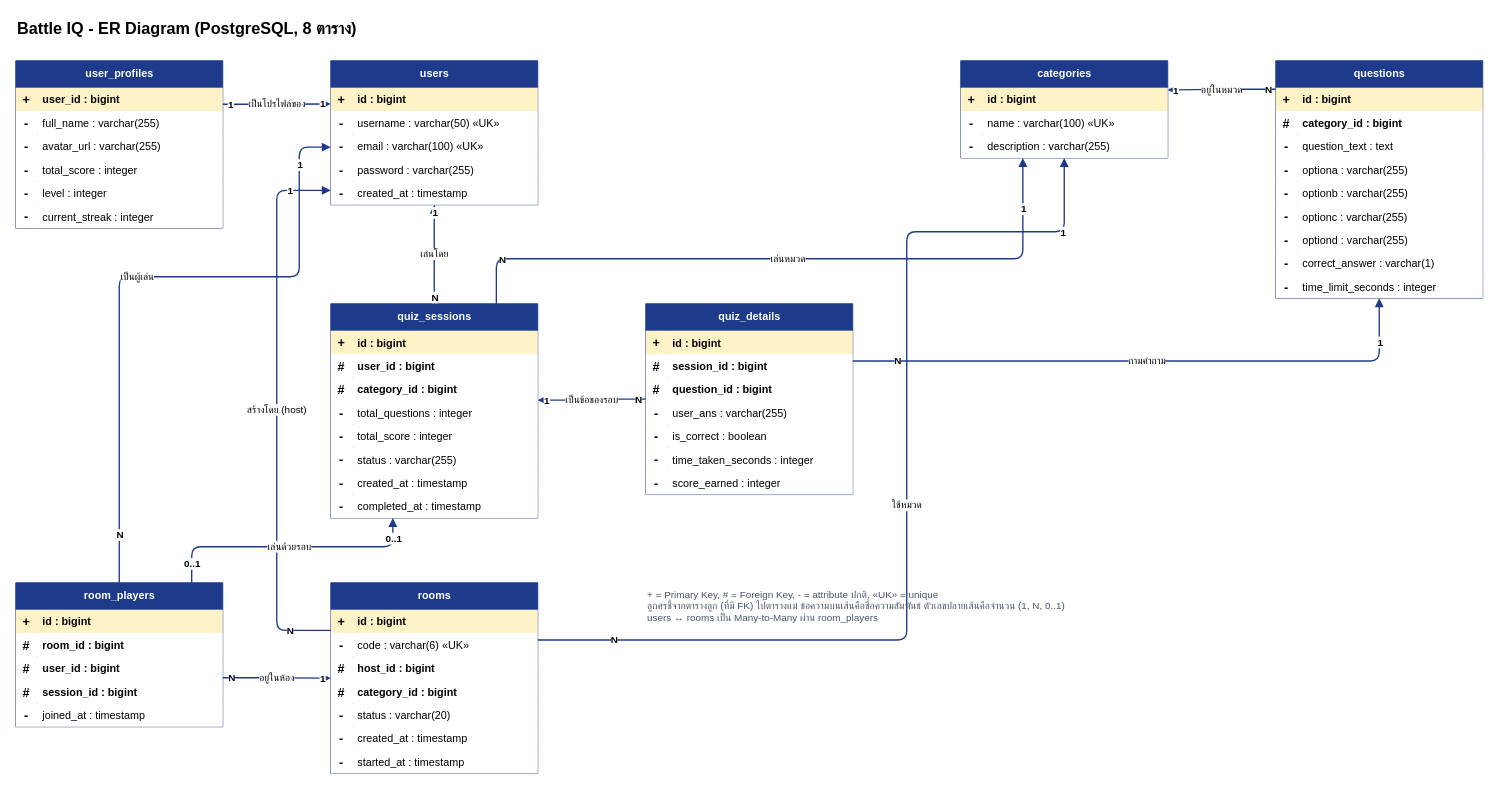
The draw.io diagram doc/diagrams/er-diagram.drawio in rattaphumk-tech/Battle-IQ, before the edit. Source tidied: cells renumbered, new cells numbered last; positions are measured from the earlier drawing's top-left corner, leaving out a move shared by most shapes. Both pictures are drawn from the tidied source at 90%, with x=0, y=0 at pixel (15, 15).
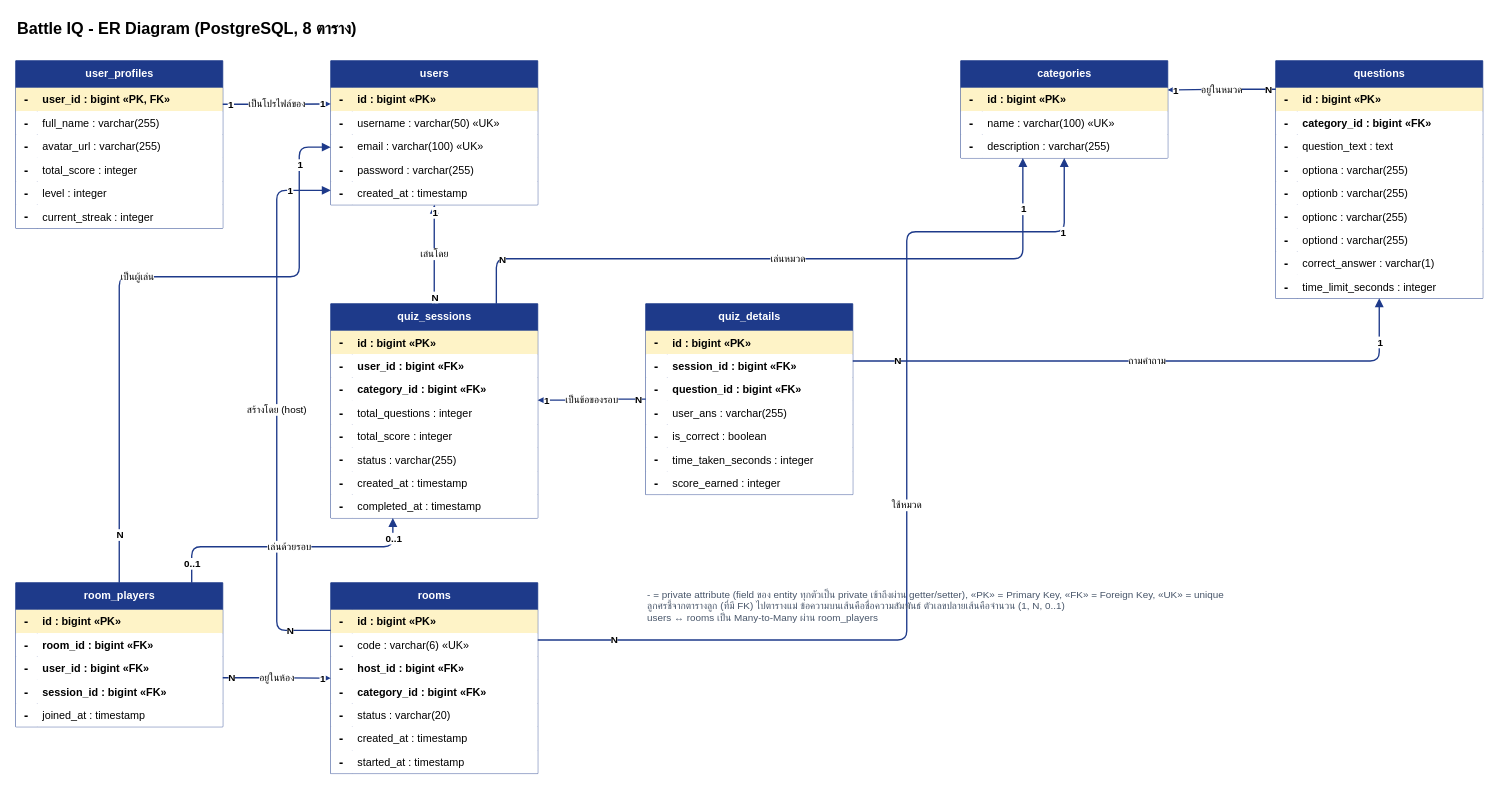
The same diagram, later.

Commit message (it also covers changes not shown here):
docs: use visibility notation in draw.io ER diagram

The change refers to these unchanged cells:
```xml
<mxCell id="3" style="shape=tableRow;horizontal=0;startSize=0;swimlaneHead=0;swimlaneBody=0;fillColor=#fef3c7;top=0;left=0;right=0;bottom=0;fontColor=#1f2937;" parent="2" vertex="1">
  <mxGeometry y="30" width="230" height="26" as="geometry" />
</mxCell>
<mxCell id="22" style="shape=tableRow;horizontal=0;startSize=0;swimlaneHead=0;swimlaneBody=0;fillColor=#fef3c7;top=0;left=0;right=0;bottom=0;fontColor=#1f2937;" parent="21" vertex="1">
  <mxGeometry y="30" width="230" height="26" as="geometry" />
</mxCell>
<mxCell id="38" style="shape=tableRow;horizontal=0;startSize=0;swimlaneHead=0;swimlaneBody=0;fillColor=#fef3c7;top=0;left=0;right=0;bottom=0;fontColor=#1f2937;" parent="37" vertex="1">
  <mxGeometry y="30" width="230" height="26" as="geometry" />
</mxCell>
<mxCell id="48" style="shape=tableRow;horizontal=0;startSize=0;swimlaneHead=0;swimlaneBody=0;fillColor=#fef3c7;top=0;left=0;right=0;bottom=0;fontColor=#1f2937;" parent="47" vertex="1">
  <mxGeometry y="30" width="230" height="26" as="geometry" />
</mxCell>
<mxCell id="51" style="shape=tableRow;horizontal=0;startSize=0;swimlaneHead=0;swimlaneBody=0;fillColor=#ffffff;top=0;left=0;right=0;bottom=0;fontColor=#1f2937;" parent="47" vertex="1">
  <mxGeometry y="56" width="230" height="26" as="geometry" />
</mxCell>
<mxCell id="76" style="shape=tableRow;horizontal=0;startSize=0;swimlaneHead=0;swimlaneBody=0;fillColor=#fef3c7;top=0;left=0;right=0;bottom=0;fontColor=#1f2937;" parent="75" vertex="1">
  <mxGeometry y="30" width="230" height="26" as="geometry" />
</mxCell>
<mxCell id="79" style="shape=tableRow;horizontal=0;startSize=0;swimlaneHead=0;swimlaneBody=0;fillColor=#ffffff;top=0;left=0;right=0;bottom=0;fontColor=#1f2937;" parent="75" vertex="1">
  <mxGeometry y="56" width="230" height="26" as="geometry" />
</mxCell>
<mxCell id="82" style="shape=tableRow;horizontal=0;startSize=0;swimlaneHead=0;swimlaneBody=0;fillColor=#ffffff;top=0;left=0;right=0;bottom=0;fontColor=#1f2937;" parent="75" vertex="1">
  <mxGeometry y="82" width="230" height="26" as="geometry" />
</mxCell>
<mxCell id="101" style="shape=tableRow;horizontal=0;startSize=0;swimlaneHead=0;swimlaneBody=0;fillColor=#fef3c7;top=0;left=0;right=0;bottom=0;fontColor=#1f2937;" parent="100" vertex="1">
  <mxGeometry y="30" width="230" height="26" as="geometry" />
</mxCell>
<mxCell id="104" style="shape=tableRow;horizontal=0;startSize=0;swimlaneHead=0;swimlaneBody=0;fillColor=#ffffff;top=0;left=0;right=0;bottom=0;fontColor=#1f2937;" parent="100" vertex="1">
  <mxGeometry y="56" width="230" height="26" as="geometry" />
</mxCell>
<mxCell id="107" style="shape=tableRow;horizontal=0;startSize=0;swimlaneHead=0;swimlaneBody=0;fillColor=#ffffff;top=0;left=0;right=0;bottom=0;fontColor=#1f2937;" parent="100" vertex="1">
  <mxGeometry y="82" width="230" height="26" as="geometry" />
</mxCell>
<mxCell id="123" style="shape=tableRow;horizontal=0;startSize=0;swimlaneHead=0;swimlaneBody=0;fillColor=#fef3c7;top=0;left=0;right=0;bottom=0;fontColor=#1f2937;" parent="122" vertex="1">
  <mxGeometry y="30" width="230" height="26" as="geometry" />
</mxCell>
<mxCell id="126" style="shape=tableRow;horizontal=0;startSize=0;swimlaneHead=0;swimlaneBody=0;fillColor=#ffffff;top=0;left=0;right=0;bottom=0;fontColor=#1f2937;" parent="122" vertex="1">
  <mxGeometry y="56" width="230" height="26" as="geometry" />
</mxCell>
<mxCell id="129" style="shape=tableRow;horizontal=0;startSize=0;swimlaneHead=0;swimlaneBody=0;fillColor=#ffffff;top=0;left=0;right=0;bottom=0;fontColor=#1f2937;" parent="122" vertex="1">
  <mxGeometry y="82" width="230" height="26" as="geometry" />
</mxCell>
<mxCell id="132" style="shape=tableRow;horizontal=0;startSize=0;swimlaneHead=0;swimlaneBody=0;fillColor=#ffffff;top=0;left=0;right=0;bottom=0;fontColor=#1f2937;" parent="122" vertex="1">
  <mxGeometry y="108" width="230" height="26" as="geometry" />
</mxCell>
<mxCell id="139" style="shape=tableRow;horizontal=0;startSize=0;swimlaneHead=0;swimlaneBody=0;fillColor=#fef3c7;top=0;left=0;right=0;bottom=0;fontColor=#1f2937;" parent="138" vertex="1">
  <mxGeometry y="30" width="230" height="26" as="geometry" />
</mxCell>
<mxCell id="145" style="shape=tableRow;horizontal=0;startSize=0;swimlaneHead=0;swimlaneBody=0;fillColor=#ffffff;top=0;left=0;right=0;bottom=0;fontColor=#1f2937;" parent="138" vertex="1">
  <mxGeometry y="82" width="230" height="26" as="geometry" />
</mxCell>
<mxCell id="148" style="shape=tableRow;horizontal=0;startSize=0;swimlaneHead=0;swimlaneBody=0;fillColor=#ffffff;top=0;left=0;right=0;bottom=0;fontColor=#1f2937;" parent="138" vertex="1">
  <mxGeometry y="108" width="230" height="26" as="geometry" />
</mxCell>
```

What changed in the source:
```diff
@@
-    <mxCell id="4" value="+" style="shape=partialRectangle;overflow=hidden;fillColor=none;top=0;left=0;bottom=0;right=0;fontStyle=1;fontSize=14;align=center;" parent="3" vertex="1">
+    <mxCell id="4" value="-" style="shape=partialRectangle;overflow=hidden;fillColor=none;top=0;left=0;bottom=0;right=0;fontStyle=1;fontSize=14;align=center;" parent="3" vertex="1">
       <mxGeometry width="24" height="26" as="geometry" />
     </mxCell>
-    <mxCell id="5" value="user_id : bigint" style="shape=partialRectangle;overflow=hidden;fillColor=none;top=0;left=0;bottom=0;right=0;align=left;spacingLeft=4;fontStyle=1;" parent="3" vertex="1">
+    <mxCell id="5" value="user_id : bigint «PK, FK»" style="shape=partialRectangle;overflow=hidden;fillColor=none;top=0;left=0;bottom=0;right=0;align=left;spacingLeft=4;fontStyle=1;" parent="3" vertex="1">
       <mxGeometry x="24" width="206" height="26" as="geometry" />
     </mxCell>
@@
-    <mxCell id="23" value="+" style="shape=partialRectangle;overflow=hidden;fillColor=none;top=0;left=0;bottom=0;right=0;fontStyle=1;fontSize=14;align=center;" parent="22" vertex="1">
+    <mxCell id="23" value="-" style="shape=partialRectangle;overflow=hidden;fillColor=none;top=0;left=0;bottom=0;right=0;fontStyle=1;fontSize=14;align=center;" parent="22" vertex="1">
       <mxGeometry width="24" height="26" as="geometry" />
     </mxCell>
-    <mxCell id="24" value="id : bigint" style="shape=partialRectangle;overflow=hidden;fillColor=none;top=0;left=0;bottom=0;right=0;align=left;spacingLeft=4;fontStyle=1;" parent="22" vertex="1">
+    <mxCell id="24" value="id : bigint «PK»" style="shape=partialRectangle;overflow=hidden;fillColor=none;top=0;left=0;bottom=0;right=0;align=left;spacingLeft=4;fontStyle=1;" parent="22" vertex="1">
       <mxGeometry x="24" width="206" height="26" as="geometry" />
     </mxCell>
@@
-    <mxCell id="39" value="+" style="shape=partialRectangle;overflow=hidden;fillColor=none;top=0;left=0;bottom=0;right=0;fontStyle=1;fontSize=14;align=center;" parent="38" vertex="1">
+    <mxCell id="39" value="-" style="shape=partialRectangle;overflow=hidden;fillColor=none;top=0;left=0;bottom=0;right=0;fontStyle=1;fontSize=14;align=center;" parent="38" vertex="1">
       <mxGeometry width="24" height="26" as="geometry" />
     </mxCell>
-    <mxCell id="40" value="id : bigint" style="shape=partialRectangle;overflow=hidden;fillColor=none;top=0;left=0;bottom=0;right=0;align=left;spacingLeft=4;fontStyle=1;" parent="38" vertex="1">
+    <mxCell id="40" value="id : bigint «PK»" style="shape=partialRectangle;overflow=hidden;fillColor=none;top=0;left=0;bottom=0;right=0;align=left;spacingLeft=4;fontStyle=1;" parent="38" vertex="1">
       <mxGeometry x="24" width="206" height="26" as="geometry" />
     </mxCell>
@@
-    <mxCell id="49" value="+" style="shape=partialRectangle;overflow=hidden;fillColor=none;top=0;left=0;bottom=0;right=0;fontStyle=1;fontSize=14;align=center;" parent="48" vertex="1">
+    <mxCell id="49" value="-" style="shape=partialRectangle;overflow=hidden;fillColor=none;top=0;left=0;bottom=0;right=0;fontStyle=1;fontSize=14;align=center;" parent="48" vertex="1">
       <mxGeometry width="24" height="26" as="geometry" />
     </mxCell>
-    <mxCell id="50" value="id : bigint" style="shape=partialRectangle;overflow=hidden;fillColor=none;top=0;left=0;bottom=0;right=0;align=left;spacingLeft=4;fontStyle=1;" parent="48" vertex="1">
+    <mxCell id="50" value="id : bigint «PK»" style="shape=partialRectangle;overflow=hidden;fillColor=none;top=0;left=0;bottom=0;right=0;align=left;spacingLeft=4;fontStyle=1;" parent="48" vertex="1">
       <mxGeometry x="24" width="206" height="26" as="geometry" />
     </mxCell>
@@
-    <mxCell id="52" value="#" style="shape=partialRectangle;overflow=hidden;fillColor=none;top=0;left=0;bottom=0;right=0;fontStyle=1;fontSize=14;align=center;" parent="51" vertex="1">
+    <mxCell id="52" value="-" style="shape=partialRectangle;overflow=hidden;fillColor=none;top=0;left=0;bottom=0;right=0;fontStyle=1;fontSize=14;align=center;" parent="51" vertex="1">
       <mxGeometry width="24" height="26" as="geometry" />
     </mxCell>
-    <mxCell id="53" value="category_id : bigint" style="shape=partialRectangle;overflow=hidden;fillColor=none;top=0;left=0;bottom=0;right=0;align=left;spacingLeft=4;fontStyle=1;" parent="51" vertex="1">
+    <mxCell id="53" value="category_id : bigint «FK»" style="shape=partialRectangle;overflow=hidden;fillColor=none;top=0;left=0;bottom=0;right=0;align=left;spacingLeft=4;fontStyle=1;" parent="51" vertex="1">
       <mxGeometry x="24" width="206" height="26" as="geometry" />
     </mxCell>
@@
-    <mxCell id="77" value="+" style="shape=partialRectangle;overflow=hidden;fillColor=none;top=0;left=0;bottom=0;right=0;fontStyle=1;fontSize=14;align=center;" parent="76" vertex="1">
+    <mxCell id="77" value="-" style="shape=partialRectangle;overflow=hidden;fillColor=none;top=0;left=0;bottom=0;right=0;fontStyle=1;fontSize=14;align=center;" parent="76" vertex="1">
       <mxGeometry width="24" height="26" as="geometry" />
     </mxCell>
-    <mxCell id="78" value="id : bigint" style="shape=partialRectangle;overflow=hidden;fillColor=none;top=0;left=0;bottom=0;right=0;align=left;spacingLeft=4;fontStyle=1;" parent="76" vertex="1">
+    <mxCell id="78" value="id : bigint «PK»" style="shape=partialRectangle;overflow=hidden;fillColor=none;top=0;left=0;bottom=0;right=0;align=left;spacingLeft=4;fontStyle=1;" parent="76" vertex="1">
       <mxGeometry x="24" width="206" height="26" as="geometry" />
     </mxCell>
@@
-    <mxCell id="80" value="#" style="shape=partialRectangle;overflow=hidden;fillColor=none;top=0;left=0;bottom=0;right=0;fontStyle=1;fontSize=14;align=center;" parent="79" vertex="1">
+    <mxCell id="80" value="-" style="shape=partialRectangle;overflow=hidden;fillColor=none;top=0;left=0;bottom=0;right=0;fontStyle=1;fontSize=14;align=center;" parent="79" vertex="1">
       <mxGeometry width="24" height="26" as="geometry" />
     </mxCell>
-    <mxCell id="81" value="user_id : bigint" style="shape=partialRectangle;overflow=hidden;fillColor=none;top=0;left=0;bottom=0;right=0;align=left;spacingLeft=4;fontStyle=1;" parent="79" vertex="1">
+    <mxCell id="81" value="user_id : bigint «FK»" style="shape=partialRectangle;overflow=hidden;fillColor=none;top=0;left=0;bottom=0;right=0;align=left;spacingLeft=4;fontStyle=1;" parent="79" vertex="1">
       <mxGeometry x="24" width="206" height="26" as="geometry" />
     </mxCell>
@@
-    <mxCell id="83" value="#" style="shape=partialRectangle;overflow=hidden;fillColor=none;top=0;left=0;bottom=0;right=0;fontStyle=1;fontSize=14;align=center;" parent="82" vertex="1">
+    <mxCell id="83" value="-" style="shape=partialRectangle;overflow=hidden;fillColor=none;top=0;left=0;bottom=0;right=0;fontStyle=1;fontSize=14;align=center;" parent="82" vertex="1">
       <mxGeometry width="24" height="26" as="geometry" />
     </mxCell>
-    <mxCell id="84" value="category_id : bigint" style="shape=partialRectangle;overflow=hidden;fillColor=none;top=0;left=0;bottom=0;right=0;align=left;spacingLeft=4;fontStyle=1;" parent="82" vertex="1">
+    <mxCell id="84" value="category_id : bigint «FK»" style="shape=partialRectangle;overflow=hidden;fillColor=none;top=0;left=0;bottom=0;right=0;align=left;spacingLeft=4;fontStyle=1;" parent="82" vertex="1">
       <mxGeometry x="24" width="206" height="26" as="geometry" />
     </mxCell>
@@
-    <mxCell id="102" value="+" style="shape=partialRectangle;overflow=hidden;fillColor=none;top=0;left=0;bottom=0;right=0;fontStyle=1;fontSize=14;align=center;" parent="101" vertex="1">
+    <mxCell id="102" value="-" style="shape=partialRectangle;overflow=hidden;fillColor=none;top=0;left=0;bottom=0;right=0;fontStyle=1;fontSize=14;align=center;" parent="101" vertex="1">
       <mxGeometry width="24" height="26" as="geometry" />
     </mxCell>
-    <mxCell id="103" value="id : bigint" style="shape=partialRectangle;overflow=hidden;fillColor=none;top=0;left=0;bottom=0;right=0;align=left;spacingLeft=4;fontStyle=1;" parent="101" vertex="1">
+    <mxCell id="103" value="id : bigint «PK»" style="shape=partialRectangle;overflow=hidden;fillColor=none;top=0;left=0;bottom=0;right=0;align=left;spacingLeft=4;fontStyle=1;" parent="101" vertex="1">
       <mxGeometry x="24" width="206" height="26" as="geometry" />
     </mxCell>
@@
-    <mxCell id="105" value="#" style="shape=partialRectangle;overflow=hidden;fillColor=none;top=0;left=0;bottom=0;right=0;fontStyle=1;fontSize=14;align=center;" parent="104" vertex="1">
+    <mxCell id="105" value="-" style="shape=partialRectangle;overflow=hidden;fillColor=none;top=0;left=0;bottom=0;right=0;fontStyle=1;fontSize=14;align=center;" parent="104" vertex="1">
       <mxGeometry width="24" height="26" as="geometry" />
     </mxCell>
-    <mxCell id="106" value="session_id : bigint" style="shape=partialRectangle;overflow=hidden;fillColor=none;top=0;left=0;bottom=0;right=0;align=left;spacingLeft=4;fontStyle=1;" parent="104" vertex="1">
+    <mxCell id="106" value="session_id : bigint «FK»" style="shape=partialRectangle;overflow=hidden;fillColor=none;top=0;left=0;bottom=0;right=0;align=left;spacingLeft=4;fontStyle=1;" parent="104" vertex="1">
       <mxGeometry x="24" width="206" height="26" as="geometry" />
     </mxCell>
@@
-    <mxCell id="108" value="#" style="shape=partialRectangle;overflow=hidden;fillColor=none;top=0;left=0;bottom=0;right=0;fontStyle=1;fontSize=14;align=center;" parent="107" vertex="1">
+    <mxCell id="108" value="-" style="shape=partialRectangle;overflow=hidden;fillColor=none;top=0;left=0;bottom=0;right=0;fontStyle=1;fontSize=14;align=center;" parent="107" vertex="1">
       <mxGeometry width="24" height="26" as="geometry" />
     </mxCell>
-    <mxCell id="109" value="question_id : bigint" style="shape=partialRectangle;overflow=hidden;fillColor=none;top=0;left=0;bottom=0;right=0;align=left;spacingLeft=4;fontStyle=1;" parent="107" vertex="1">
+    <mxCell id="109" value="question_id : bigint «FK»" style="shape=partialRectangle;overflow=hidden;fillColor=none;top=0;left=0;bottom=0;right=0;align=left;spacingLeft=4;fontStyle=1;" parent="107" vertex="1">
       <mxGeometry x="24" width="206" height="26" as="geometry" />
     </mxCell>
@@
-    <mxCell id="124" value="+" style="shape=partialRectangle;overflow=hidden;fillColor=none;top=0;left=0;bottom=0;right=0;fontStyle=1;fontSize=14;align=center;" parent="123" vertex="1">
+    <mxCell id="124" value="-" style="shape=partialRectangle;overflow=hidden;fillColor=none;top=0;left=0;bottom=0;right=0;fontStyle=1;fontSize=14;align=center;" parent="123" vertex="1">
       <mxGeometry width="24" height="26" as="geometry" />
     </mxCell>
-    <mxCell id="125" value="id : bigint" style="shape=partialRectangle;overflow=hidden;fillColor=none;top=0;left=0;bottom=0;right=0;align=left;spacingLeft=4;fontStyle=1;" parent="123" vertex="1">
+    <mxCell id="125" value="id : bigint «PK»" style="shape=partialRectangle;overflow=hidden;fillColor=none;top=0;left=0;bottom=0;right=0;align=left;spacingLeft=4;fontStyle=1;" parent="123" vertex="1">
       <mxGeometry x="24" width="206" height="26" as="geometry" />
     </mxCell>
@@
-    <mxCell id="127" value="#" style="shape=partialRectangle;overflow=hidden;fillColor=none;top=0;left=0;bottom=0;right=0;fontStyle=1;fontSize=14;align=center;" parent="126" vertex="1">
+    <mxCell id="127" value="-" style="shape=partialRectangle;overflow=hidden;fillColor=none;top=0;left=0;bottom=0;right=0;fontStyle=1;fontSize=14;align=center;" parent="126" vertex="1">
       <mxGeometry width="24" height="26" as="geometry" />
     </mxCell>
-    <mxCell id="128" value="room_id : bigint" style="shape=partialRectangle;overflow=hidden;fillColor=none;top=0;left=0;bottom=0;right=0;align=left;spacingLeft=4;fontStyle=1;" parent="126" vertex="1">
+    <mxCell id="128" value="room_id : bigint «FK»" style="shape=partialRectangle;overflow=hidden;fillColor=none;top=0;left=0;bottom=0;right=0;align=left;spacingLeft=4;fontStyle=1;" parent="126" vertex="1">
       <mxGeometry x="24" width="206" height="26" as="geometry" />
     </mxCell>
@@
-    <mxCell id="130" value="#" style="shape=partialRectangle;overflow=hidden;fillColor=none;top=0;left=0;bottom=0;right=0;fontStyle=1;fontSize=14;align=center;" parent="129" vertex="1">
+    <mxCell id="130" value="-" style="shape=partialRectangle;overflow=hidden;fillColor=none;top=0;left=0;bottom=0;right=0;fontStyle=1;fontSize=14;align=center;" parent="129" vertex="1">
       <mxGeometry width="24" height="26" as="geometry" />
     </mxCell>
-    <mxCell id="131" value="user_id : bigint" style="shape=partialRectangle;overflow=hidden;fillColor=none;top=0;left=0;bottom=0;right=0;align=left;spacingLeft=4;fontStyle=1;" parent="129" vertex="1">
+    <mxCell id="131" value="user_id : bigint «FK»" style="shape=partialRectangle;overflow=hidden;fillColor=none;top=0;left=0;bottom=0;right=0;align=left;spacingLeft=4;fontStyle=1;" parent="129" vertex="1">
       <mxGeometry x="24" width="206" height="26" as="geometry" />
     </mxCell>
@@
-    <mxCell id="133" value="#" style="shape=partialRectangle;overflow=hidden;fillColor=none;top=0;left=0;bottom=0;right=0;fontStyle=1;fontSize=14;align=center;" parent="132" vertex="1">
+    <mxCell id="133" value="-" style="shape=partialRectangle;overflow=hidden;fillColor=none;top=0;left=0;bottom=0;right=0;fontStyle=1;fontSize=14;align=center;" parent="132" vertex="1">
       <mxGeometry width="24" height="26" as="geometry" />
     </mxCell>
-    <mxCell id="134" value="session_id : bigint" style="shape=partialRectangle;overflow=hidden;fillColor=none;top=0;left=0;bottom=0;right=0;align=left;spacingLeft=4;fontStyle=1;" parent="132" vertex="1">
+    <mxCell id="134" value="session_id : bigint «FK»" style="shape=partialRectangle;overflow=hidden;fillColor=none;top=0;left=0;bottom=0;right=0;align=left;spacingLeft=4;fontStyle=1;" parent="132" vertex="1">
       <mxGeometry x="24" width="206" height="26" as="geometry" />
     </mxCell>
@@
-    <mxCell id="140" value="+" style="shape=partialRectangle;overflow=hidden;fillColor=none;top=0;left=0;bottom=0;right=0;fontStyle=1;fontSize=14;align=center;" parent="139" vertex="1">
+    <mxCell id="140" value="-" style="shape=partialRectangle;overflow=hidden;fillColor=none;top=0;left=0;bottom=0;right=0;fontStyle=1;fontSize=14;align=center;" parent="139" vertex="1">
       <mxGeometry width="24" height="26" as="geometry" />
     </mxCell>
-    <mxCell id="141" value="id : bigint" style="shape=partialRectangle;overflow=hidden;fillColor=none;top=0;left=0;bottom=0;right=0;align=left;spacingLeft=4;fontStyle=1;" parent="139" vertex="1">
+    <mxCell id="141" value="id : bigint «PK»" style="shape=partialRectangle;overflow=hidden;fillColor=none;top=0;left=0;bottom=0;right=0;align=left;spacingLeft=4;fontStyle=1;" parent="139" vertex="1">
       <mxGeometry x="24" width="206" height="26" as="geometry" />
     </mxCell>
@@
-    <mxCell id="146" value="#" style="shape=partialRectangle;overflow=hidden;fillColor=none;top=0;left=0;bottom=0;right=0;fontStyle=1;fontSize=14;align=center;" parent="145" vertex="1">
+    <mxCell id="146" value="-" style="shape=partialRectangle;overflow=hidden;fillColor=none;top=0;left=0;bottom=0;right=0;fontStyle=1;fontSize=14;align=center;" parent="145" vertex="1">
       <mxGeometry width="24" height="26" as="geometry" />
     </mxCell>
-    <mxCell id="147" value="host_id : bigint" style="shape=partialRectangle;overflow=hidden;fillColor=none;top=0;left=0;bottom=0;right=0;align=left;spacingLeft=4;fontStyle=1;" parent="145" vertex="1">
+    <mxCell id="147" value="host_id : bigint «FK»" style="shape=partialRectangle;overflow=hidden;fillColor=none;top=0;left=0;bottom=0;right=0;align=left;spacingLeft=4;fontStyle=1;" parent="145" vertex="1">
       <mxGeometry x="24" width="206" height="26" as="geometry" />
     </mxCell>
@@
-    <mxCell id="149" value="#" style="shape=partialRectangle;overflow=hidden;fillColor=none;top=0;left=0;bottom=0;right=0;fontStyle=1;fontSize=14;align=center;" parent="148" vertex="1">
+    <mxCell id="149" value="-" style="shape=partialRectangle;overflow=hidden;fillColor=none;top=0;left=0;bottom=0;right=0;fontStyle=1;fontSize=14;align=center;" parent="148" vertex="1">
       <mxGeometry width="24" height="26" as="geometry" />
     </mxCell>
-    <mxCell id="150" value="category_id : bigint" style="shape=partialRectangle;overflow=hidden;fillColor=none;top=0;left=0;bottom=0;right=0;align=left;spacingLeft=4;fontStyle=1;" parent="148" vertex="1">
+    <mxCell id="150" value="category_id : bigint «FK»" style="shape=partialRectangle;overflow=hidden;fillColor=none;top=0;left=0;bottom=0;right=0;align=left;spacingLeft=4;fontStyle=1;" parent="148" vertex="1">
       <mxGeometry x="24" width="206" height="26" as="geometry" />
     </mxCell>
@@
-    <mxCell id="194" value="+ = Primary Key, # = Foreign Key, - = attribute ปกติ, «UK» = unique&lt;br&gt;ลูกศรชี้จากตารางลูก (ที่มี FK) ไปตารางแม่ ข้อความบนเส้นคือชื่อความสัมพันธ์ ตัวเลขปลายเส้นคือจำนวน (1, N, 0..1)&lt;br&gt;users ↔ rooms เป็น Many-to-Many ผ่าน room_players" style="text;html=1;strokeColor=none;fillColor=none;align=left;verticalAlign=top;fontSize=11;fontColor=#475569;" parent="1" vertex="1">
+    <mxCell id="194" value="- = private attribute (field ของ entity ทุกตัวเป็น private เข้าถึงผ่าน getter/setter), «PK» = Primary Key, «FK» = Foreign Key, «UK» = unique&lt;br&gt;ลูกศรชี้จากตารางลูก (ที่มี FK) ไปตารางแม่ ข้อความบนเส้นคือชื่อความสัมพันธ์ ตัวเลขปลายเส้นคือจำนวน (1, N, 0..1)&lt;br&gt;users ↔ rooms เป็น Many-to-Many ผ่าน room_players" style="text;html=1;strokeColor=none;fillColor=none;align=left;verticalAlign=top;fontSize=11;fontColor=#475569;" parent="1" vertex="1">
       <mxGeometry x="700" y="630" width="560" height="60" as="geometry" />
     </mxCell>
```
